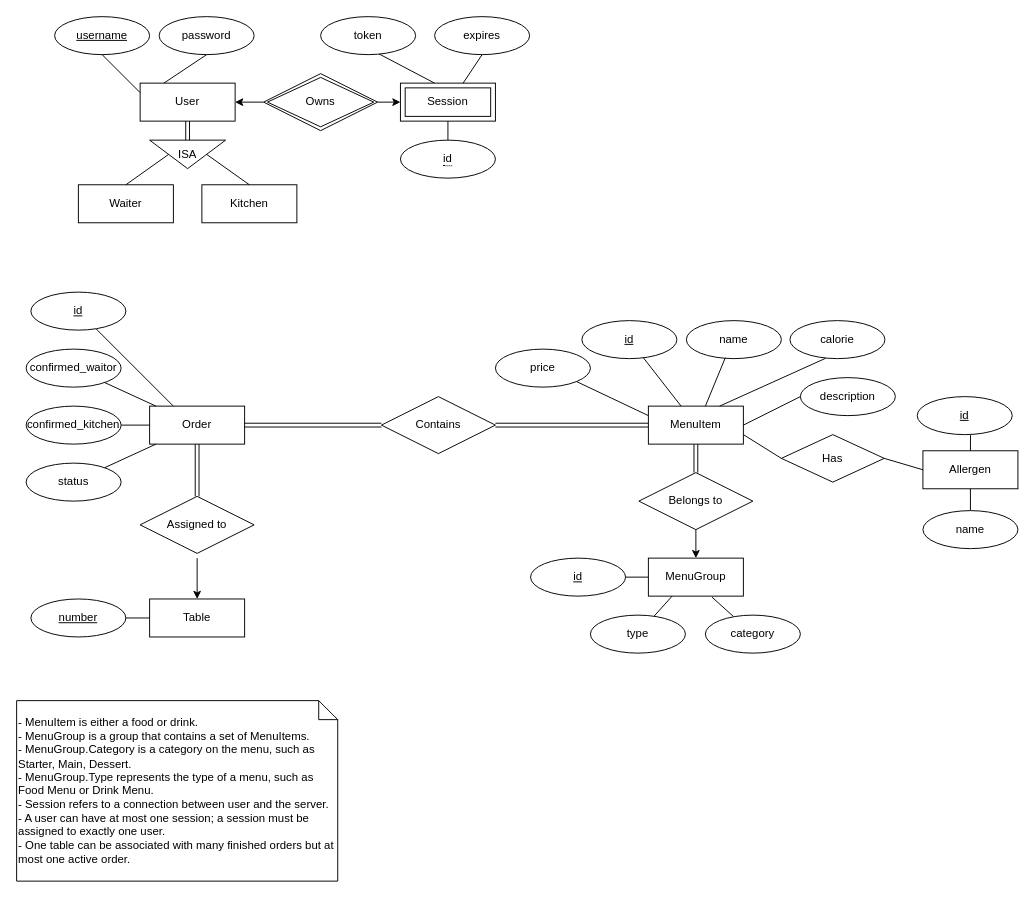
The draw.io diagram doc/backend/database-design/ER-diagram.drawio in Spencer-Georgiou/Uni-Y2-Team, before the edit. Source tidied: cells renumbered, new cells numbered last; positions are measured from the earlier drawing's top-left corner, leaving out a move shared by most shapes. Both pictures are drawn from the tidied source at 95%, with x=0, y=0 at pixel (16, 16).
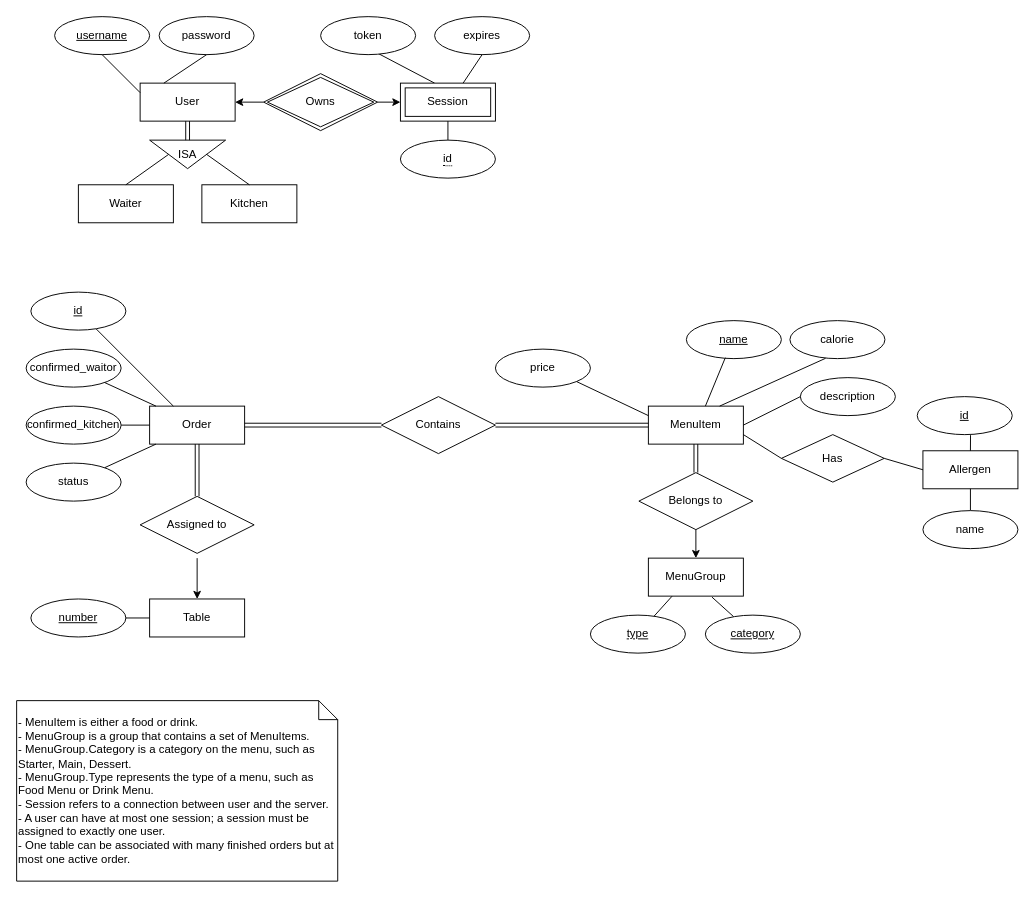
The same diagram, later.

Commit message (it also covers changes not shown here):
refactor(ER-diagram): replace redundant ids of entities with literally unique attributes

The change refers to these unchanged cells:
```xml
<mxCell id="11" value="&lt;div style=&quot;text-align: start;&quot;&gt;MenuItem&lt;/div&gt;" style="whiteSpace=wrap;html=1;align=center;rounded=0;shadow=0;sketch=0;strokeColor=default;" parent="1" vertex="1">
  <mxGeometry x="665" y="410" width="100" height="40" as="geometry" />
</mxCell>
<mxCell id="39" value="MenuGroup" style="whiteSpace=wrap;html=1;align=center;rounded=0;shadow=0;sketch=0;strokeColor=default;" parent="1" vertex="1">
  <mxGeometry x="665" y="570" width="100" height="40" as="geometry" />
</mxCell>
```

Diff of the diagram source:
```diff
@@
-    <mxCell id="12" style="edgeStyle=none;rounded=1;html=1;strokeColor=default;endArrow=none;endFill=0;" parent="1" edge="1" source="13" target="11">
-      <mxGeometry relative="1" as="geometry" />
-    </mxCell>
-    <mxCell id="13" value="id" style="ellipse;whiteSpace=wrap;html=1;align=center;fontStyle=4;" parent="1" vertex="1">
-      <mxGeometry x="595" y="320" width="100" height="40" as="geometry" />
-    </mxCell>
-    <mxCell id="14" value="name" style="ellipse;whiteSpace=wrap;html=1;align=center;" parent="1" vertex="1">
+    <mxCell id="14" value="name" style="ellipse;whiteSpace=wrap;html=1;align=center;fontStyle=4;" parent="1" vertex="1">
       <mxGeometry x="705" y="320" width="100" height="40" as="geometry" />
     </mxCell>
@@
-    <mxCell id="28" value="type" style="ellipse;whiteSpace=wrap;html=1;align=center;" parent="1" vertex="1">
+    <mxCell id="28" value="type" style="ellipse;whiteSpace=wrap;html=1;align=center;fontStyle=4;" parent="1" vertex="1">
       <mxGeometry x="604" y="630" width="100" height="40" as="geometry" />
     </mxCell>
@@
-    <mxCell id="30" value="&lt;span&gt;category&lt;/span&gt;" style="ellipse;whiteSpace=wrap;html=1;align=center;fontStyle=0;" parent="1" vertex="1">
+    <mxCell id="30" value="&lt;span&gt;category&lt;/span&gt;" style="ellipse;whiteSpace=wrap;html=1;align=center;fontStyle=4;" parent="1" vertex="1">
       <mxGeometry x="725" y="630" width="100" height="40" as="geometry" />
     </mxCell>
@@
-    <mxCell id="40" style="edgeStyle=none;html=1;endArrow=none;endFill=0;" parent="1" edge="1" source="41" target="39">
-      <mxGeometry relative="1" as="geometry" />
-    </mxCell>
-    <mxCell id="41" value="id" style="ellipse;whiteSpace=wrap;html=1;align=center;fontStyle=4;" parent="1" vertex="1">
-      <mxGeometry x="541" y="570" width="100" height="40" as="geometry" />
-    </mxCell>
```
